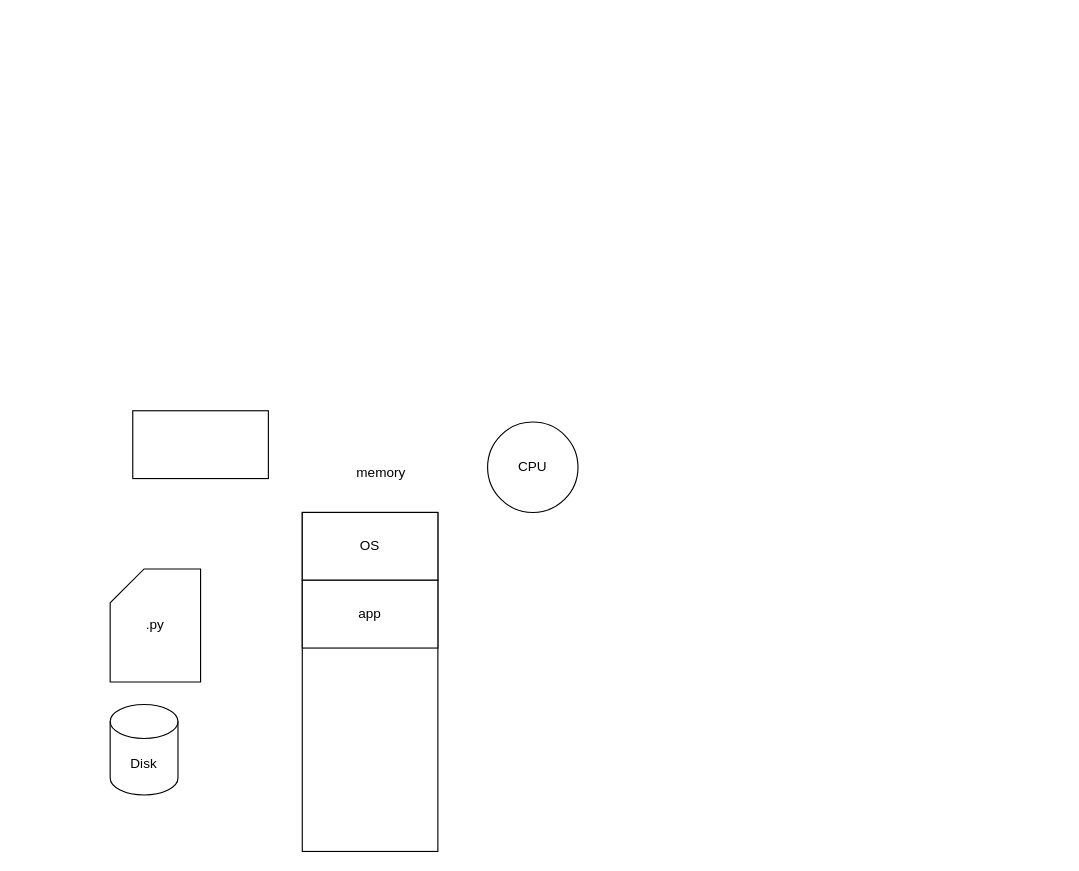
This is page "Página-1" (1 of 4) of Apuntes-13-02-2024.drawio from KevinCordoba/RepositoriodeDiagramas, a draw.io file, before an edit. Source tidied: cells renumbered, new cells numbered last; positions are measured from the earlier drawing's top-left corner, leaving out a move shared by most shapes. Both pictures are drawn from the tidied source at 113%, with x=0, y=0 at pixel (110, 410).
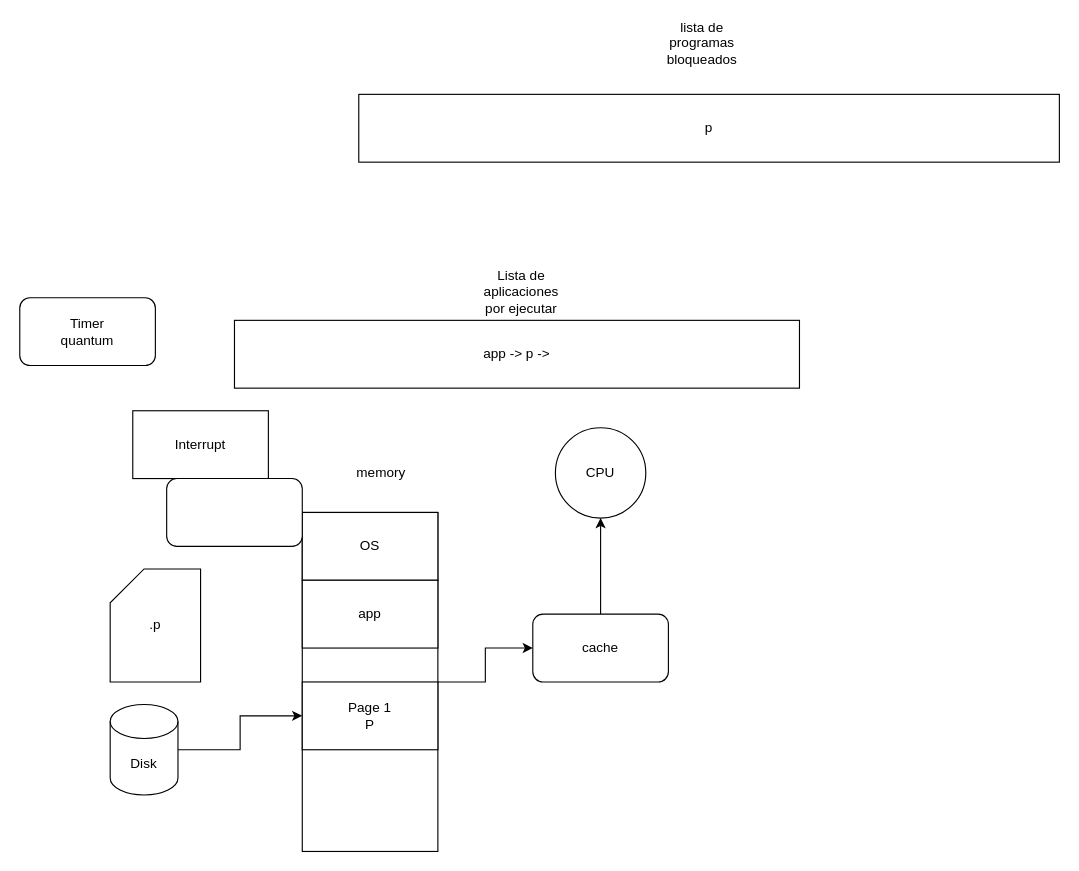
The same page after the edit.

The change refers to these unchanged cells:
```xml
<mxCell id="2" value="Disk" style="shape=cylinder3;whiteSpace=wrap;html=1;boundedLbl=1;backgroundOutline=1;size=15;" parent="1" vertex="1">
  <mxGeometry y="260" width="60" height="80" as="geometry" />
</mxCell>
<mxCell id="3" style="rounded=0;whiteSpace=wrap;html=1;" parent="1" vertex="1">
  <mxGeometry x="170" y="90" width="120" height="300" as="geometry" />
</mxCell>
```

The edit, as a diff of the source:
```diff
@@
+    <mxCell id="10" style="edgeStyle=orthogonalEdgeStyle;rounded=0;jettySize=auto;html=1;entryX=0;entryY=0.5;entryDx=0;entryDy=0;" parent="1" edge="1" source="2" target="12">
+      <mxGeometry relative="1" as="geometry" />
+    </mxCell>
@@
+    <mxCell id="11" style="edgeStyle=orthogonalEdgeStyle;rounded=0;jettySize=auto;html=1;entryX=0;entryY=0.5;entryDx=0;entryDy=0;" parent="1" edge="1" source="3" target="18">
+      <mxGeometry relative="1" as="geometry" />
+    </mxCell>
@@
     <mxCell id="5" value="CPU" style="ellipse;whiteSpace=wrap;html=1;" parent="1" vertex="1">
-      <mxGeometry x="334" y="10" width="80" height="80" as="geometry" />
+      <mxGeometry x="394" y="15" width="80" height="80" as="geometry" />
     </mxCell>
@@
-    <mxCell id="8" value=".py" style="shape=card;whiteSpace=wrap;html=1;" parent="1" vertex="1">
+    <mxCell id="8" value=".p" style="shape=card;whiteSpace=wrap;html=1;" parent="1" vertex="1">
       <mxGeometry y="140" width="80" height="100" as="geometry" />
     </mxCell>
-    <mxCell id="9" style="rounded=0;whiteSpace=wrap;html=1;" parent="1" vertex="1">
+    <mxCell id="9" value="Interrupt" style="rounded=0;whiteSpace=wrap;html=1;" parent="1" vertex="1">
       <mxGeometry x="20" width="120" height="60" as="geometry" />
     </mxCell>
+    <mxCell id="12" value="Page 1&lt;br&gt;P" style="rounded=0;whiteSpace=wrap;html=1;" parent="1" vertex="1">
+      <mxGeometry x="170" y="240" width="120" height="60" as="geometry" />
+    </mxCell>
+    <mxCell id="13" value="app -&amp;gt; p -&amp;gt;" style="rounded=0;whiteSpace=wrap;html=1;" parent="1" vertex="1">
+      <mxGeometry x="110" y="-80" width="500" height="60" as="geometry" />
+    </mxCell>
+    <mxCell id="14" value="Lista de aplicaciones por ejecutar" style="text;html=1;align=center;verticalAlign=middle;whiteSpace=wrap;rounded=0;" parent="1" vertex="1">
+      <mxGeometry x="334" y="-120" width="60" height="30" as="geometry" />
+    </mxCell>
+    <mxCell id="15" style="rounded=1;whiteSpace=wrap;html=1;" parent="1" vertex="1">
+      <mxGeometry x="50" y="60" width="120" height="60" as="geometry" />
+    </mxCell>
+    <mxCell id="16" value="Timer &lt;br&gt;quantum" style="rounded=1;whiteSpace=wrap;html=1;" parent="1" vertex="1">
+      <mxGeometry x="-80" y="-100" width="120" height="60" as="geometry" />
+    </mxCell>
+    <mxCell id="17" style="edgeStyle=orthogonalEdgeStyle;rounded=0;jettySize=auto;html=1;" parent="1" edge="1" source="18" target="5">
+      <mxGeometry relative="1" as="geometry" />
+    </mxCell>
+    <mxCell id="18" value="cache" style="rounded=1;whiteSpace=wrap;html=1;" parent="1" vertex="1">
+      <mxGeometry x="374" y="180" width="120" height="60" as="geometry" />
+    </mxCell>
+    <mxCell id="19" value="p" style="rounded=0;whiteSpace=wrap;html=1;" parent="1" vertex="1">
+      <mxGeometry x="220" y="-280" width="620" height="60" as="geometry" />
+    </mxCell>
+    <mxCell id="20" value="lista de programas bloqueados" style="text;html=1;align=center;verticalAlign=middle;whiteSpace=wrap;rounded=0;" parent="1" vertex="1">
+      <mxGeometry x="494" y="-340" width="60" height="30" as="geometry" />
+    </mxCell>
```
